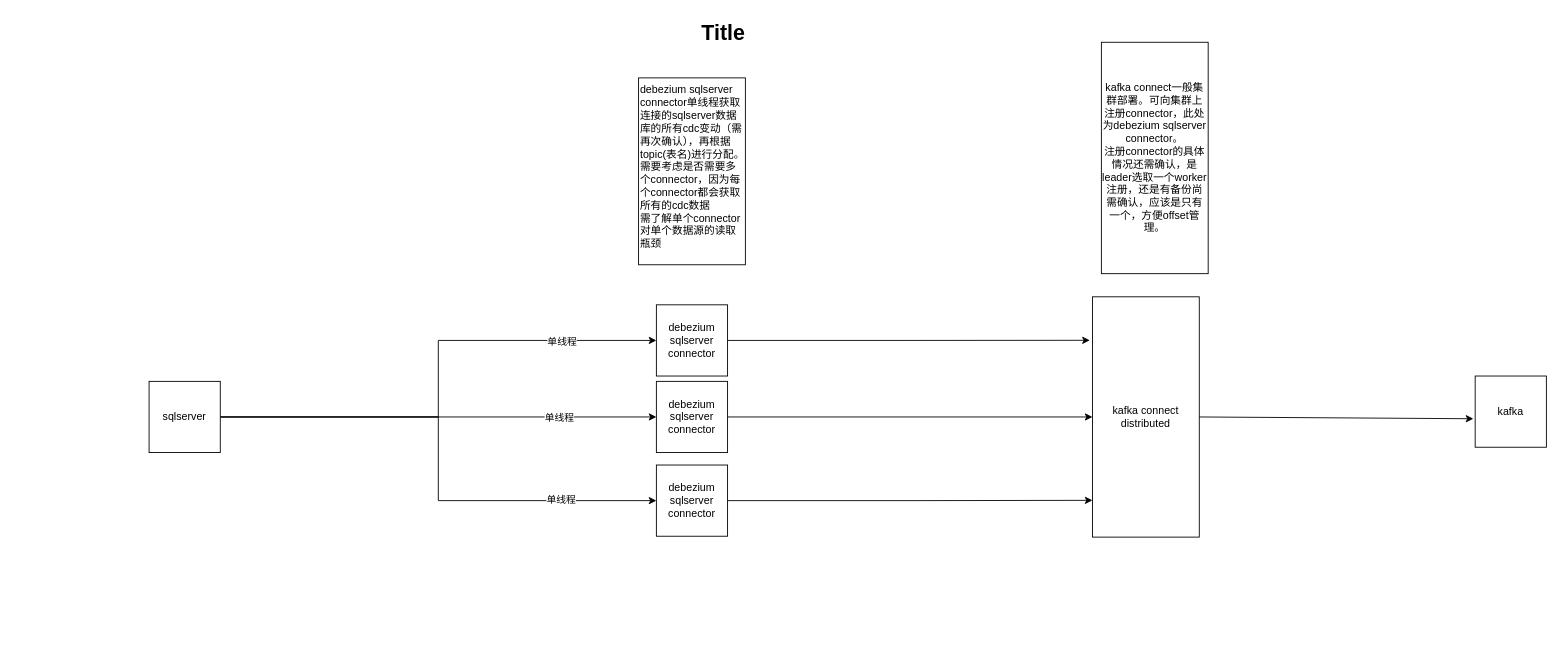
Earlier version of the draw.io diagram 2021/Untitled Diagram.drawio (nanaliulei/studyPlan). Source tidied: cells renumbered, new cells numbered last; positions are measured from the earlier drawing's top-left corner, leaving out a move shared by most shapes. Both pictures are drawn from the tidied source at 89%, with x=0, y=0 at pixel (15, 15).
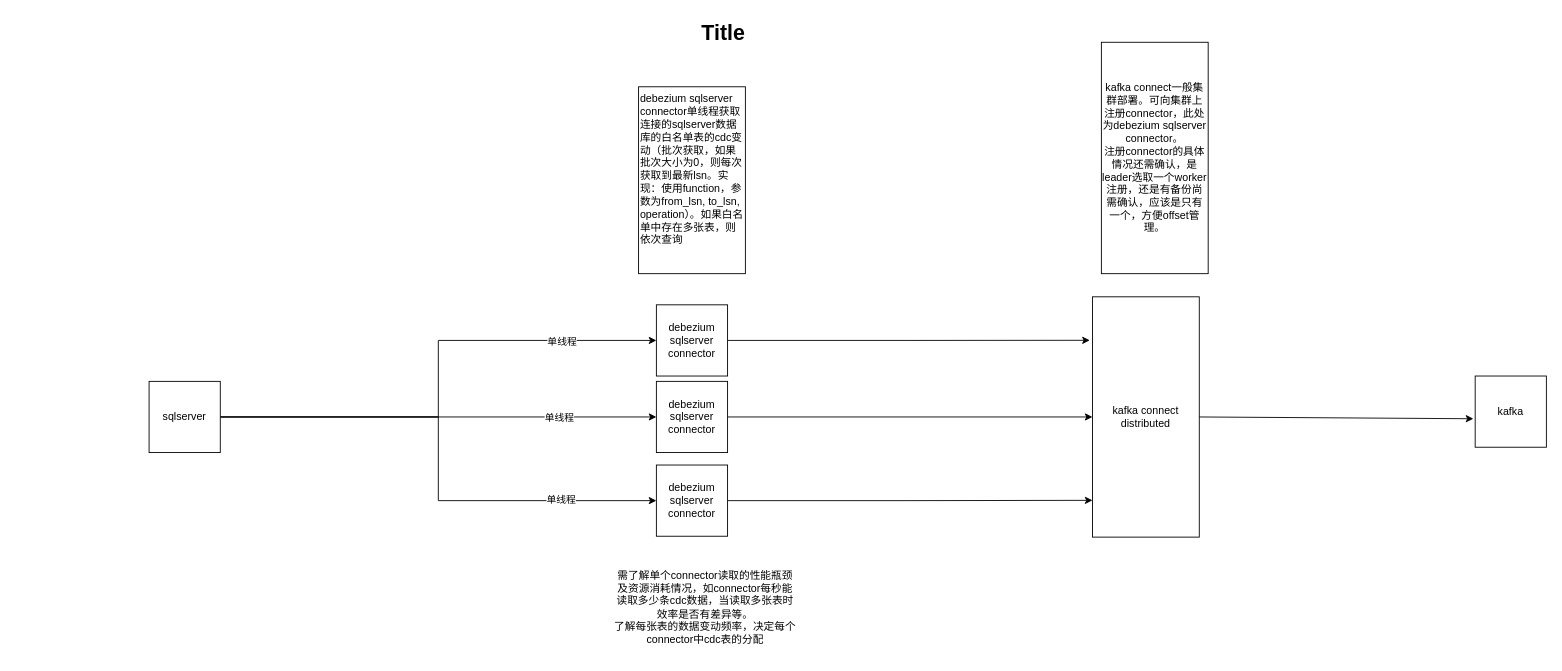
Above is the later version.

What changed in the source:
```diff
@@
-    <mxCell id="2" value="debezium sqlserver connector单线程获取连接的sqlserver数据库的所有cdc变动（需再次确认），再根据topic(表名)进行分配。&lt;br&gt;需要考虑是否需要多个connector，因为每个connector都会获取所有的cdc数据&lt;br&gt;需了解单个connector对单个数据源的读取瓶颈" style="rounded=0;whiteSpace=wrap;html=1;gradientColor=none;align=left;verticalAlign=top;" parent="1" vertex="1">
-      <mxGeometry x="700" y="70" width="120" height="210" as="geometry" />
+    <mxCell id="2" value="debezium sqlserver connector单线程获取连接的sqlserver数据库的白名单表的cdc变动（批次获取，如果批次大小为0，则每次获取到最新lsn。实现：使用function，参数为from_lsn, to_lsn, operation）。如果白名单中存在多张表，则依次查询" style="rounded=0;whiteSpace=wrap;html=1;gradientColor=none;align=left;verticalAlign=top;" parent="1" vertex="1">
+      <mxGeometry x="700" y="80" width="120" height="210" as="geometry" />
     </mxCell>
@@
+    <mxCell id="21" value="需了解单个connector读取的性能瓶颈及资源消耗情况，如connector每秒能读取多少条cdc数据，当读取多张表时效率是否有差异等。&lt;br&gt;了解每张表的数据变动频率，决定每个connector中cdc表的分配" style="text;html=1;strokeColor=none;fillColor=none;align=center;verticalAlign=middle;whiteSpace=wrap;rounded=0;" parent="1" vertex="1">
+      <mxGeometry x="670" y="610" width="210" height="110" as="geometry" />
+    </mxCell>
```
